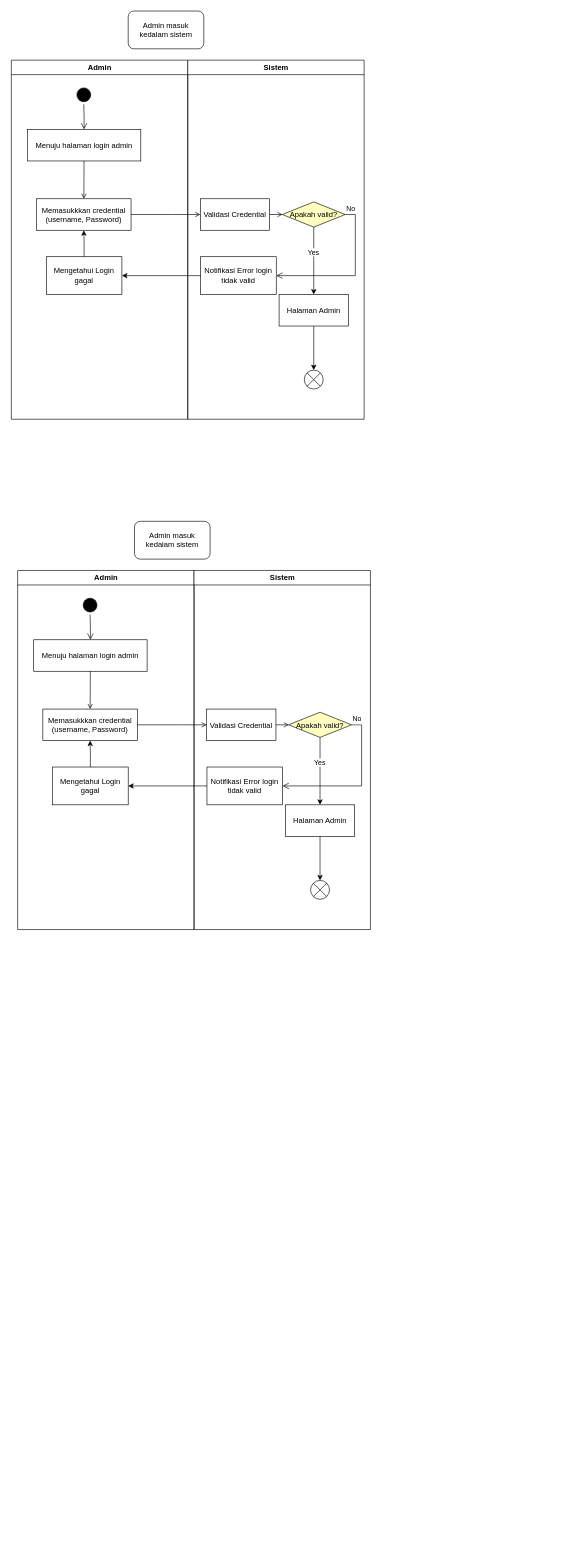
This is activitypujasera.drawio from Arya-f4/drawdiagram, a draw.io file, before an edit. Source tidied: cells renumbered, new cells numbered last; positions are measured from the earlier drawing's top-left corner, leaving out a move shared by most shapes. Both pictures are drawn from the tidied source at 63%, with x=0, y=0 at pixel (11, 11).
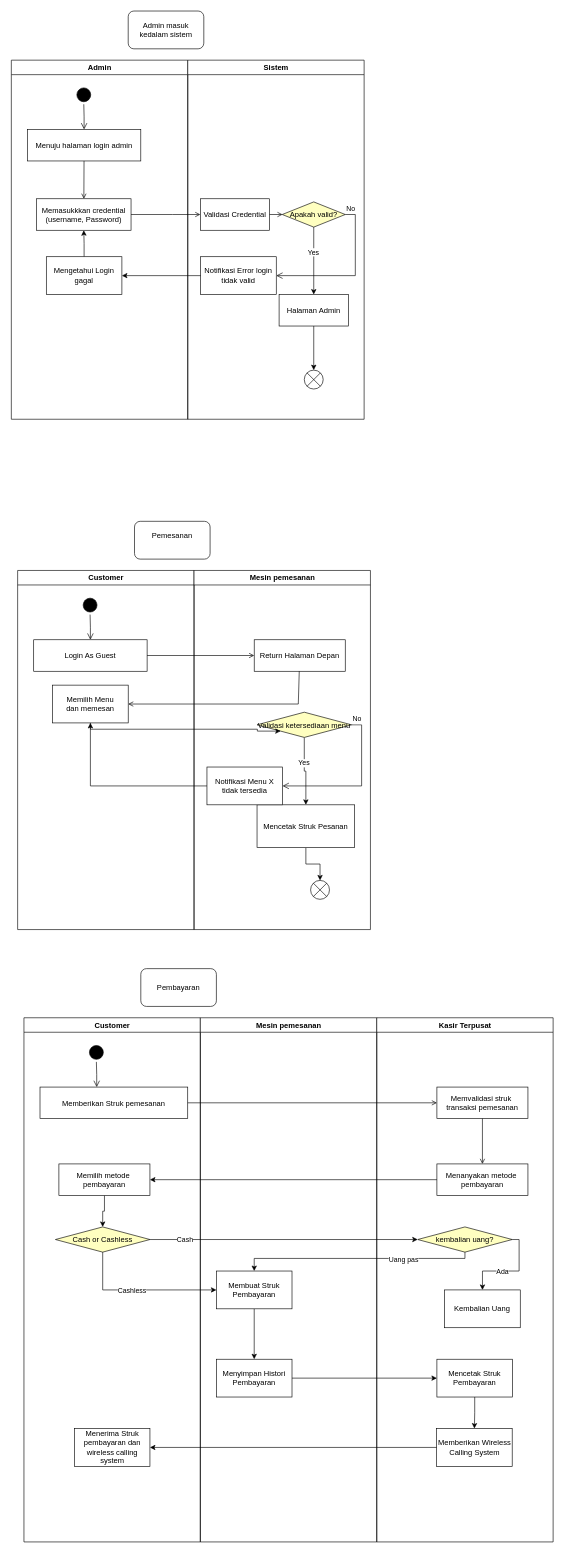
The same diagram, later.

What changed in the source:
```diff
@@
-    <mxCell id="24" value="Admin" style="swimlane;whiteSpace=wrap;" parent="1" vertex="1">
+    <mxCell id="24" value="Customer" style="swimlane;whiteSpace=wrap;" parent="1" vertex="1">
       <mxGeometry x="10.5" y="888" width="280" height="570" as="geometry" />
     </mxCell>
@@
-    <mxCell id="27" value="Menuju halaman login admin" parent="24" vertex="1">
+    <mxCell id="27" value="Login As Guest" parent="24" vertex="1">
       <mxGeometry x="25.5" y="110" width="180" height="50" as="geometry" />
     </mxCell>
-    <mxCell id="28" value="Memasukkkan credential&#10;(username, Password)" parent="24" vertex="1">
-      <mxGeometry x="40" y="220" width="150" height="50" as="geometry" />
-    </mxCell>
-    <mxCell id="29" style="endArrow=open;strokeColor=#000000;endFill=1;rounded=0;" parent="24" edge="1" source="27" target="28">
-      <mxGeometry relative="1" as="geometry" />
-    </mxCell>
-    <mxCell id="30" style="edgeStyle=orthogonalEdgeStyle;rounded=0;jettySize=auto;html=1;" parent="24" edge="1" source="31" target="28">
-      <mxGeometry relative="1" as="geometry" />
-    </mxCell>
-    <mxCell id="31" value="Mengetahui Login gagal" style="rounded=0;whiteSpace=wrap;html=1;" parent="24" vertex="1">
-      <mxGeometry x="55.5" y="312" width="120" height="60" as="geometry" />
-    </mxCell>
+    <mxCell id="46" value="Memilih Menu&lt;div&gt;dan memesan&lt;/div&gt;" style="rounded=0;whiteSpace=wrap;html=1;" parent="24" vertex="1">
+      <mxGeometry x="55.5" y="182" width="120" height="60" as="geometry" />
+    </mxCell>
-    <mxCell id="32" value="Sistem" style="swimlane;whiteSpace=wrap;" parent="1" vertex="1">
+    <mxCell id="32" value="Mesin pemesanan" style="swimlane;whiteSpace=wrap;" parent="1" vertex="1">
       <mxGeometry x="290.5" y="888" width="280" height="570" as="geometry" />
     </mxCell>
-    <mxCell id="33" value="Validasi Credential" parent="32" vertex="1">
-      <mxGeometry x="20" y="220" width="110" height="50" as="geometry" />
+    <mxCell id="33" value="Return Halaman Depan" parent="32" vertex="1">
+      <mxGeometry x="95.5" y="110" width="144.5" height="50" as="geometry" />
     </mxCell>
@@
-    <mxCell id="35" value="Halaman Admin" parent="32" vertex="1">
-      <mxGeometry x="145" y="372" width="110" height="50" as="geometry" />
+    <mxCell id="35" value="Mencetak Struk Pesanan" parent="32" vertex="1">
+      <mxGeometry x="100" y="372" width="155" height="68" as="geometry" />
     </mxCell>
@@
-    <mxCell id="38" value="Apakah valid?" style="rhombus;fillColor=#ffffc0;strokeColor=#000000;" parent="32" vertex="1">
-      <mxGeometry x="150" y="225" width="100" height="40" as="geometry" />
+    <mxCell id="38" value="Validasi ketersediaan menu" style="rhombus;fillColor=#ffffc0;strokeColor=#000000;" parent="32" vertex="1">
+      <mxGeometry x="100" y="225" width="150" height="40" as="geometry" />
     </mxCell>
     <mxCell id="39" style="endArrow=open;strokeColor=#000000;endFill=1;rounded=0;" parent="32" edge="1" source="33">
       <mxGeometry relative="1" as="geometry">
-        <mxPoint x="150.5" y="245" as="targetPoint" />
+        <mxPoint x="-104.5" y="212" as="targetPoint" />
+        <Array as="points">
+          <mxPoint x="165.5" y="212" />
+        </Array>
       </mxGeometry>
     </mxCell>
@@
-    <mxCell id="41" value="Notifikasi Error login tidak valid" style="rounded=0;whiteSpace=wrap;html=1;" parent="32" vertex="1">
+    <mxCell id="41" value="Notifikasi Menu X tidak tersedia" style="rounded=0;whiteSpace=wrap;html=1;" parent="32" vertex="1">
       <mxGeometry x="20.5" y="312" width="120" height="60" as="geometry" />
     </mxCell>
@@
-    <mxCell id="43" value="Admin masuk kedalam sistem" style="rounded=1;whiteSpace=wrap;html=1;" parent="1" vertex="1">
+    <mxCell id="43" value="Pemesanan&lt;div&gt;&lt;br&gt;&lt;/div&gt;" style="rounded=1;whiteSpace=wrap;html=1;" parent="1" vertex="1">
       <mxGeometry x="196" y="810" width="120" height="60" as="geometry" />
     </mxCell>
-    <mxCell id="44" style="endArrow=open;strokeColor=#000000;endFill=1;rounded=0;exitX=1;exitY=0.5;exitDx=0;exitDy=0;entryX=0;entryY=0.5;entryDx=0;entryDy=0;" parent="1" edge="1" source="28" target="33">
-      <mxGeometry relative="1" as="geometry">
-        <Array as="points">
-          <mxPoint x="266" y="1133" />
-        </Array>
-      </mxGeometry>
-    </mxCell>
-    <mxCell id="45" style="edgeStyle=orthogonalEdgeStyle;rounded=0;jettySize=auto;html=1;entryX=1;entryY=0.5;entryDx=0;entryDy=0;" parent="1" edge="1" source="41" target="31">
+    <mxCell id="45" style="edgeStyle=orthogonalEdgeStyle;rounded=0;jettySize=auto;html=1;entryX=0.5;entryY=1;entryDx=0;entryDy=0;" parent="1" edge="1" source="41" target="46">
       <mxGeometry relative="1" as="geometry" />
     </mxCell>
+    <mxCell id="29" style="endArrow=open;strokeColor=#000000;endFill=1;rounded=0;exitX=1;exitY=0.5;exitDx=0;exitDy=0;entryX=0;entryY=0.5;entryDx=0;entryDy=0;" parent="1" edge="1" source="27" target="33">
+      <mxGeometry relative="1" as="geometry" />
+    </mxCell>
+    <mxCell id="47" style="edgeStyle=orthogonalEdgeStyle;rounded=0;jettySize=auto;html=1;entryX=0;entryY=1;entryDx=0;entryDy=0;" parent="1" edge="1" source="46" target="38">
+      <mxGeometry relative="1" as="geometry">
+        <Array as="points">
+          <mxPoint x="126" y="1140" />
+          <mxPoint x="391" y="1140" />
+          <mxPoint x="391" y="1143" />
+        </Array>
+      </mxGeometry>
+    </mxCell>
+    <mxCell id="48" value="Customer" style="swimlane;whiteSpace=wrap;" parent="1" vertex="1">
+      <mxGeometry x="20.5" y="1598" width="280" height="832" as="geometry" />
+    </mxCell>
+    <mxCell id="49" style="ellipse;shape=startState;fillColor=#000000;strokeColor=#000000;" parent="48" vertex="1">
+      <mxGeometry x="100" y="40" width="30" height="30" as="geometry" />
+    </mxCell>
+    <mxCell id="50" style="edgeStyle=elbowEdgeStyle;elbow=horizontal;verticalAlign=bottom;endArrow=open;endSize=8;strokeColor=#000000;endFill=1;rounded=0;" parent="48" edge="1" source="49" target="51">
+      <mxGeometry x="100" y="40" as="geometry" />
+    </mxCell>
+    <mxCell id="51" value="Memberikan Struk pemesanan" parent="48" vertex="1">
+      <mxGeometry x="25.5" y="110" width="234.5" height="50" as="geometry" />
+    </mxCell>
+    <mxCell id="52" style="edgeStyle=orthogonalEdgeStyle;rounded=0;jettySize=auto;html=1;" parent="48" edge="1" source="53" target="54">
+      <mxGeometry relative="1" as="geometry" />
+    </mxCell>
+    <mxCell id="53" value="Memilih metode &#10;pembayaran" parent="48" vertex="1">
+      <mxGeometry x="55.5" y="232" width="144.5" height="50" as="geometry" />
+    </mxCell>
+    <mxCell id="54" value="Cash or Cashless" style="rhombus;fillColor=#ffffc0;strokeColor=#000000;" parent="48" vertex="1">
+      <mxGeometry x="50" y="332" width="150" height="40" as="geometry" />
+    </mxCell>
+    <mxCell id="55" value="Menerima Struk pembayaran dan wireless calling&lt;div&gt;system&lt;/div&gt;" style="rounded=0;whiteSpace=wrap;html=1;" parent="48" vertex="1">
+      <mxGeometry x="80" y="652" width="120" height="60" as="geometry" />
+    </mxCell>
+    <mxCell id="56" value="Mesin pemesanan" style="swimlane;whiteSpace=wrap;" parent="1" vertex="1">
+      <mxGeometry x="300.5" y="1598" width="280" height="832" as="geometry" />
+    </mxCell>
+    <mxCell id="57" style="edgeStyle=orthogonalEdgeStyle;rounded=0;jettySize=auto;html=1;" parent="56" edge="1" source="58" target="59">
+      <mxGeometry relative="1" as="geometry" />
+    </mxCell>
+    <mxCell id="58" value="Membuat Struk Pembayaran" style="rounded=0;whiteSpace=wrap;html=1;" parent="56" vertex="1">
+      <mxGeometry x="25.5" y="402" width="120" height="60" as="geometry" />
+    </mxCell>
+    <mxCell id="59" value="Menyimpan Histori&lt;div&gt;Pembayaran&lt;/div&gt;" style="rounded=0;whiteSpace=wrap;html=1;" parent="56" vertex="1">
+      <mxGeometry x="25.5" y="542" width="120" height="60" as="geometry" />
+    </mxCell>
+    <mxCell id="60" value="&lt;div&gt;Pembayaran&lt;/div&gt;" style="rounded=1;whiteSpace=wrap;html=1;" parent="1" vertex="1">
+      <mxGeometry x="206" y="1520" width="120" height="60" as="geometry" />
+    </mxCell>
+    <mxCell id="61" style="endArrow=open;strokeColor=#000000;endFill=1;rounded=0;exitX=1;exitY=0.5;exitDx=0;exitDy=0;entryX=0;entryY=0.5;entryDx=0;entryDy=0;" parent="1" edge="1" source="51" target="63">
+      <mxGeometry relative="1" as="geometry" />
+    </mxCell>
+    <mxCell id="62" value="Kasir Terpusat" style="swimlane;whiteSpace=wrap;" parent="1" vertex="1">
+      <mxGeometry x="580.5" y="1598" width="280" height="832" as="geometry" />
+    </mxCell>
+    <mxCell id="63" value="Memvalidasi struk &#10;transaksi pemesanan" parent="62" vertex="1">
+      <mxGeometry x="95.5" y="110" width="144.5" height="50" as="geometry" />
+    </mxCell>
+    <mxCell id="64" style="endArrow=open;strokeColor=#000000;endFill=1;rounded=0;entryX=0.5;entryY=0;entryDx=0;entryDy=0;" parent="62" edge="1" source="63" target="65">
+      <mxGeometry relative="1" as="geometry" />
+    </mxCell>
+    <mxCell id="65" value="Menanyakan metode &#10;pembayaran" parent="62" vertex="1">
+      <mxGeometry x="95.5" y="232" width="144.5" height="50" as="geometry" />
+    </mxCell>
+    <mxCell id="66" style="edgeStyle=orthogonalEdgeStyle;rounded=0;jettySize=auto;html=1;entryX=0.5;entryY=0;entryDx=0;entryDy=0;" parent="62" edge="1" source="68" target="69">
+      <mxGeometry relative="1" as="geometry">
+        <Array as="points">
+          <mxPoint x="226" y="352" />
+          <mxPoint x="226" y="402" />
+          <mxPoint x="168" y="402" />
+        </Array>
+      </mxGeometry>
+    </mxCell>
+    <mxCell id="67" value="Ada" style="edgeLabel;html=1;align=center;verticalAlign=middle;" parent="66" vertex="1">
+      <mxGeometry x="0.18" relative="1" as="geometry" />
+    </mxCell>
+    <mxCell id="68" value="kembalian uang?" style="rhombus;fillColor=#ffffc0;strokeColor=#000000;" parent="62" vertex="1">
+      <mxGeometry x="65" y="332" width="150" height="40" as="geometry" />
+    </mxCell>
+    <mxCell id="69" value="Kembalian Uang" style="rounded=0;whiteSpace=wrap;html=1;" parent="62" vertex="1">
+      <mxGeometry x="107.8" y="432" width="120" height="60" as="geometry" />
+    </mxCell>
+    <mxCell id="70" style="edgeStyle=orthogonalEdgeStyle;rounded=0;jettySize=auto;html=1;" parent="62" edge="1" source="71" target="72">
+      <mxGeometry relative="1" as="geometry" />
+    </mxCell>
+    <mxCell id="71" value="Mencetak Struk&lt;div&gt;Pembayaran&lt;/div&gt;" style="rounded=0;whiteSpace=wrap;html=1;" parent="62" vertex="1">
+      <mxGeometry x="95.5" y="542" width="120" height="60" as="geometry" />
+    </mxCell>
+    <mxCell id="72" value="Memberikan Wireless&lt;div&gt;Calling System&lt;/div&gt;" style="rounded=0;whiteSpace=wrap;html=1;" parent="62" vertex="1">
+      <mxGeometry x="95" y="652" width="120" height="60" as="geometry" />
+    </mxCell>
+    <mxCell id="73" style="edgeStyle=orthogonalEdgeStyle;rounded=0;jettySize=auto;html=1;entryX=1;entryY=0.5;entryDx=0;entryDy=0;" parent="1" edge="1" source="65" target="53">
+      <mxGeometry relative="1" as="geometry" />
+    </mxCell>
+    <mxCell id="74" style="edgeStyle=orthogonalEdgeStyle;rounded=0;jettySize=auto;html=1;entryX=0;entryY=0.5;entryDx=0;entryDy=0;" parent="1" edge="1" source="54" target="68">
+      <mxGeometry relative="1" as="geometry" />
+    </mxCell>
+    <mxCell id="75" value="Cash" style="edgeLabel;html=1;align=center;verticalAlign=middle;" parent="74" vertex="1">
+      <mxGeometry x="-0.74" y="1" relative="1" as="geometry" />
+    </mxCell>
+    <mxCell id="76" style="edgeStyle=orthogonalEdgeStyle;rounded=0;jettySize=auto;html=1;" parent="1" edge="1" source="68" target="58">
+      <mxGeometry relative="1" as="geometry">
+        <Array as="points">
+          <mxPoint x="720" y="1980" />
+        </Array>
+      </mxGeometry>
+    </mxCell>
+    <mxCell id="77" value="Uang pas" style="edgeLabel;html=1;align=center;verticalAlign=middle;" parent="76" vertex="1">
+      <mxGeometry x="-0.41" y="1" relative="1" as="geometry" />
+    </mxCell>
+    <mxCell id="78" style="edgeStyle=orthogonalEdgeStyle;rounded=0;jettySize=auto;html=1;entryX=0;entryY=0.5;entryDx=0;entryDy=0;" parent="1" edge="1" source="54" target="58">
+      <mxGeometry relative="1" as="geometry">
+        <Array as="points">
+          <mxPoint x="145" y="2030" />
+        </Array>
+      </mxGeometry>
+    </mxCell>
+    <mxCell id="79" value="Cashless" style="edgeLabel;html=1;align=center;verticalAlign=middle;" parent="78" vertex="1">
+      <mxGeometry x="-0.12" relative="1" as="geometry" />
+    </mxCell>
+    <mxCell id="80" style="edgeStyle=orthogonalEdgeStyle;rounded=0;jettySize=auto;html=1;entryX=0;entryY=0.5;entryDx=0;entryDy=0;" parent="1" edge="1" source="59" target="71">
+      <mxGeometry relative="1" as="geometry" />
+    </mxCell>
+    <mxCell id="81" style="edgeStyle=orthogonalEdgeStyle;rounded=0;jettySize=auto;html=1;entryX=1;entryY=0.5;entryDx=0;entryDy=0;" parent="1" edge="1" source="72" target="55">
+      <mxGeometry relative="1" as="geometry" />
+    </mxCell>
```
